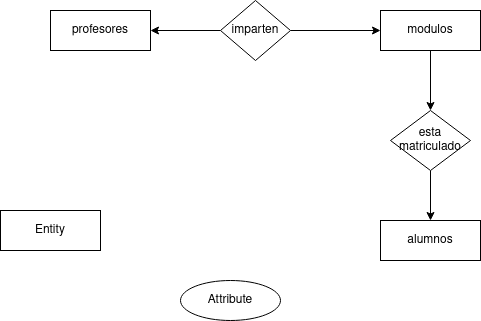
The draw.io diagram Unidad-1/Tareas/Tarea-5/Tarea-5.drawio.png in CRhernandez1/base-datos, before a commit. Source tidied: cells renumbered, new cells last; positions are measured from the earlier drawing's top-left corner, leaving out a move shared by most shapes.
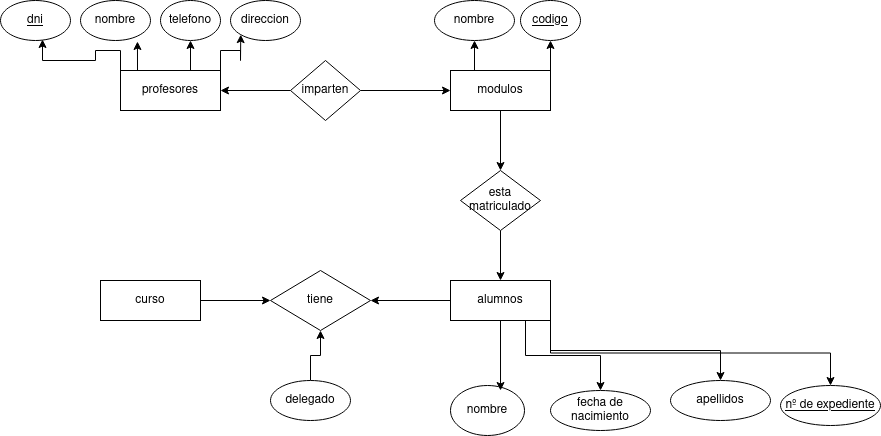
After the change.

Diff of the diagram source:
```diff
@@ -2,18 +2,45 @@
   <root>
     <mxCell id="0" />
     <mxCell id="1" parent="0" />
+    <mxCell id="13" style="edgeStyle=orthogonalEdgeStyle;rounded=0;jettySize=auto;html=1;exitX=0;exitY=0.5;exitDx=0;exitDy=0;entryX=1;entryY=0.5;entryDx=0;entryDy=0;" parent="1" edge="1" source="2" target="23">
+      <mxGeometry relative="1" as="geometry" />
+    </mxCell>
+    <mxCell id="14" style="edgeStyle=orthogonalEdgeStyle;rounded=0;jettySize=auto;html=1;exitX=0.75;exitY=1;exitDx=0;exitDy=0;entryX=0.5;entryY=0;entryDx=0;entryDy=0;" parent="1" edge="1" source="2" target="33">
+      <mxGeometry relative="1" as="geometry" />
+    </mxCell>
+    <mxCell id="15" style="edgeStyle=orthogonalEdgeStyle;rounded=0;jettySize=auto;html=1;exitX=1;exitY=1;exitDx=0;exitDy=0;entryX=0.5;entryY=0;entryDx=0;entryDy=0;" parent="1" edge="1" source="2" target="34">
+      <mxGeometry relative="1" as="geometry" />
+    </mxCell>
+    <mxCell id="16" style="edgeStyle=orthogonalEdgeStyle;rounded=0;jettySize=auto;html=1;exitX=1;exitY=1;exitDx=0;exitDy=0;entryX=0.5;entryY=0;entryDx=0;entryDy=0;" parent="1" edge="1" source="2" target="32">
+      <mxGeometry relative="1" as="geometry" />
+    </mxCell>
     <mxCell id="2" value="alumnos" style="whiteSpace=wrap;html=1;align=center;" parent="1" vertex="1">
       <mxGeometry x="380" y="220" width="100" height="40" as="geometry" />
     </mxCell>
+    <mxCell id="17" style="edgeStyle=orthogonalEdgeStyle;rounded=0;jettySize=auto;html=1;exitX=1;exitY=0.5;exitDx=0;exitDy=0;entryX=0;entryY=0.5;entryDx=0;entryDy=0;" parent="1" edge="1" source="3" target="23">
+      <mxGeometry relative="1" as="geometry" />
+    </mxCell>
-    <mxCell id="3" value="Entity" style="whiteSpace=wrap;html=1;align=center;" parent="1" vertex="1">
-      <mxGeometry y="210" width="100" height="40" as="geometry" />
+    <mxCell id="3" value="curso" style="whiteSpace=wrap;html=1;align=center;" parent="1" vertex="1">
+      <mxGeometry x="30" y="220" width="100" height="40" as="geometry" />
     </mxCell>
     <mxCell id="4" style="edgeStyle=orthogonalEdgeStyle;rounded=0;jettySize=auto;html=1;exitX=0.5;exitY=1;exitDx=0;exitDy=0;entryX=0.5;entryY=0;entryDx=0;entryDy=0;" parent="1" edge="1" source="5" target="12">
       <mxGeometry relative="1" as="geometry" />
     </mxCell>
+    <mxCell id="18" style="edgeStyle=orthogonalEdgeStyle;rounded=0;jettySize=auto;html=1;exitX=0.25;exitY=0;exitDx=0;exitDy=0;entryX=0.5;entryY=1;entryDx=0;entryDy=0;" parent="1" edge="1" source="5" target="31">
+      <mxGeometry relative="1" as="geometry" />
+    </mxCell>
+    <mxCell id="19" style="edgeStyle=orthogonalEdgeStyle;rounded=0;jettySize=auto;html=1;exitX=0.75;exitY=0;exitDx=0;exitDy=0;entryX=0.5;entryY=1;entryDx=0;entryDy=0;" parent="1" edge="1" source="5" target="30">
+      <mxGeometry relative="1" as="geometry" />
+    </mxCell>
     <mxCell id="5" value="modulos" style="whiteSpace=wrap;html=1;align=center;" parent="1" vertex="1">
       <mxGeometry x="380" y="10" width="100" height="40" as="geometry" />
     </mxCell>
+    <mxCell id="20" style="edgeStyle=orthogonalEdgeStyle;rounded=0;jettySize=auto;html=1;exitX=0.75;exitY=0;exitDx=0;exitDy=0;entryX=0.5;entryY=1;entryDx=0;entryDy=0;" parent="1" edge="1" source="6" target="26">
+      <mxGeometry relative="1" as="geometry" />
+    </mxCell>
+    <mxCell id="21" style="edgeStyle=orthogonalEdgeStyle;rounded=0;jettySize=auto;html=1;exitX=1;exitY=0;exitDx=0;exitDy=0;entryX=0;entryY=1;entryDx=0;entryDy=0;" parent="1" edge="1" source="6" target="24">
+      <mxGeometry relative="1" as="geometry" />
+    </mxCell>
     <mxCell id="6" value="profesores" style="whiteSpace=wrap;html=1;align=center;" parent="1" vertex="1">
       <mxGeometry x="50" y="10" width="100" height="40" as="geometry" />
     </mxCell>
@@ -26,8 +53,11 @@
     <mxCell id="9" value="imparten" style="shape=rhombus;perimeter=rhombusPerimeter;whiteSpace=wrap;html=1;align=center;" parent="1" vertex="1">
       <mxGeometry x="220" width="70" height="60" as="geometry" />
     </mxCell>
+    <mxCell id="22" style="edgeStyle=orthogonalEdgeStyle;rounded=0;jettySize=auto;html=1;exitX=0.5;exitY=0;exitDx=0;exitDy=0;entryX=0.5;entryY=1;entryDx=0;entryDy=0;" parent="1" edge="1" source="10" target="23">
+      <mxGeometry relative="1" as="geometry" />
+    </mxCell>
-    <mxCell id="10" value="Attribute" style="ellipse;whiteSpace=wrap;html=1;align=center;" parent="1" vertex="1">
-      <mxGeometry x="180" y="280" width="100" height="40" as="geometry" />
+    <mxCell id="10" value="delegado" style="ellipse;whiteSpace=wrap;html=1;align=center;" parent="1" vertex="1">
+      <mxGeometry x="200" y="320" width="80" height="40" as="geometry" />
     </mxCell>
     <mxCell id="11" style="edgeStyle=orthogonalEdgeStyle;rounded=0;jettySize=auto;html=1;exitX=0.5;exitY=1;exitDx=0;exitDy=0;entryX=0.5;entryY=0;entryDx=0;entryDy=0;" parent="1" edge="1" source="12" target="2">
       <mxGeometry relative="1" as="geometry" />
@@ -35,5 +65,47 @@
     <mxCell id="12" value="esta matriculado" style="shape=rhombus;perimeter=rhombusPerimeter;whiteSpace=wrap;html=1;align=center;" parent="1" vertex="1">
       <mxGeometry x="390" y="110" width="80" height="60" as="geometry" />
     </mxCell>
+    <mxCell id="23" value="tiene" style="shape=rhombus;perimeter=rhombusPerimeter;whiteSpace=wrap;html=1;align=center;" parent="1" vertex="1">
+      <mxGeometry x="200" y="210" width="100" height="60" as="geometry" />
+    </mxCell>
+    <mxCell id="24" value="direccion" style="ellipse;whiteSpace=wrap;html=1;align=center;" parent="1" vertex="1">
+      <mxGeometry x="160" y="-60" width="70" height="40" as="geometry" />
+    </mxCell>
+    <mxCell id="25" value="nombre" style="ellipse;whiteSpace=wrap;html=1;align=center;" parent="1" vertex="1">
+      <mxGeometry x="10" y="-60" width="70" height="40" as="geometry" />
+    </mxCell>
+    <mxCell id="26" value="telefono" style="ellipse;whiteSpace=wrap;html=1;align=center;" parent="1" vertex="1">
+      <mxGeometry x="90" y="-60" width="60" height="40" as="geometry" />
+    </mxCell>
+    <mxCell id="27" value="dni" style="ellipse;whiteSpace=wrap;html=1;align=center;fontStyle=4;" parent="1" vertex="1">
+      <mxGeometry x="-70" y="-60" width="70" height="40" as="geometry" />
+    </mxCell>
+    <mxCell id="28" style="edgeStyle=orthogonalEdgeStyle;rounded=0;jettySize=auto;html=1;exitX=0;exitY=0;exitDx=0;exitDy=0;entryX=0.6;entryY=0.975;entryDx=0;entryDy=0;entryPerimeter=0;" parent="1" edge="1" source="6" target="27">
+      <mxGeometry relative="1" as="geometry" />
+    </mxCell>
+    <mxCell id="29" style="edgeStyle=orthogonalEdgeStyle;rounded=0;jettySize=auto;html=1;exitX=0.25;exitY=0;exitDx=0;exitDy=0;entryX=0.814;entryY=1.025;entryDx=0;entryDy=0;entryPerimeter=0;" parent="1" edge="1" source="6" target="25">
+      <mxGeometry relative="1" as="geometry" />
+    </mxCell>
+    <mxCell id="30" value="codigo" style="ellipse;whiteSpace=wrap;html=1;align=center;fontStyle=4;" parent="1" vertex="1">
+      <mxGeometry x="450" y="-60" width="60" height="40" as="geometry" />
+    </mxCell>
+    <mxCell id="31" value="nombre" style="ellipse;whiteSpace=wrap;html=1;align=center;" parent="1" vertex="1">
+      <mxGeometry x="364" y="-60" width="80" height="40" as="geometry" />
+    </mxCell>
+    <mxCell id="32" value="nº de expediente" style="ellipse;whiteSpace=wrap;html=1;align=center;fontStyle=4;" parent="1" vertex="1">
+      <mxGeometry x="710" y="325" width="100" height="40" as="geometry" />
+    </mxCell>
+    <mxCell id="33" value="fecha de nacimiento" style="ellipse;whiteSpace=wrap;html=1;align=center;" parent="1" vertex="1">
+      <mxGeometry x="480" y="330" width="100" height="40" as="geometry" />
+    </mxCell>
+    <mxCell id="34" value="apellidos" style="ellipse;whiteSpace=wrap;html=1;align=center;" parent="1" vertex="1">
+      <mxGeometry x="600" y="320" width="100" height="40" as="geometry" />
+    </mxCell>
+    <mxCell id="35" value="nombre" style="ellipse;whiteSpace=wrap;html=1;align=center;" parent="1" vertex="1">
+      <mxGeometry x="380" y="325" width="74" height="50" as="geometry" />
+    </mxCell>
+    <mxCell id="36" style="edgeStyle=orthogonalEdgeStyle;rounded=0;jettySize=auto;html=1;exitX=0.5;exitY=1;exitDx=0;exitDy=0;entryX=0.676;entryY=0.1;entryDx=0;entryDy=0;entryPerimeter=0;" parent="1" edge="1" source="2" target="35">
+      <mxGeometry relative="1" as="geometry" />
+    </mxCell>
   </root>
 </mxGraphModel>
```
